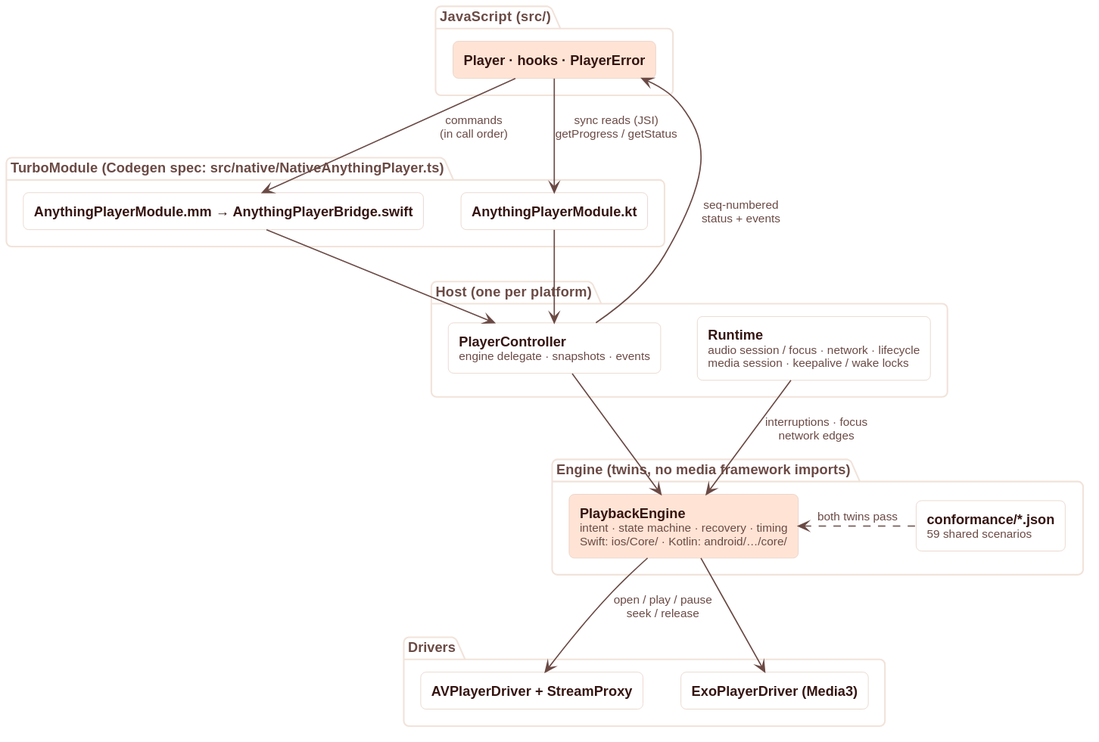
This is docs/assets/diagrams/architecture.svg from rmotafreitas/react-native-anything-player, a PlantUML export, as it was before one commit. Its source is kept beside it as docs/diagrams/architecture.puml.
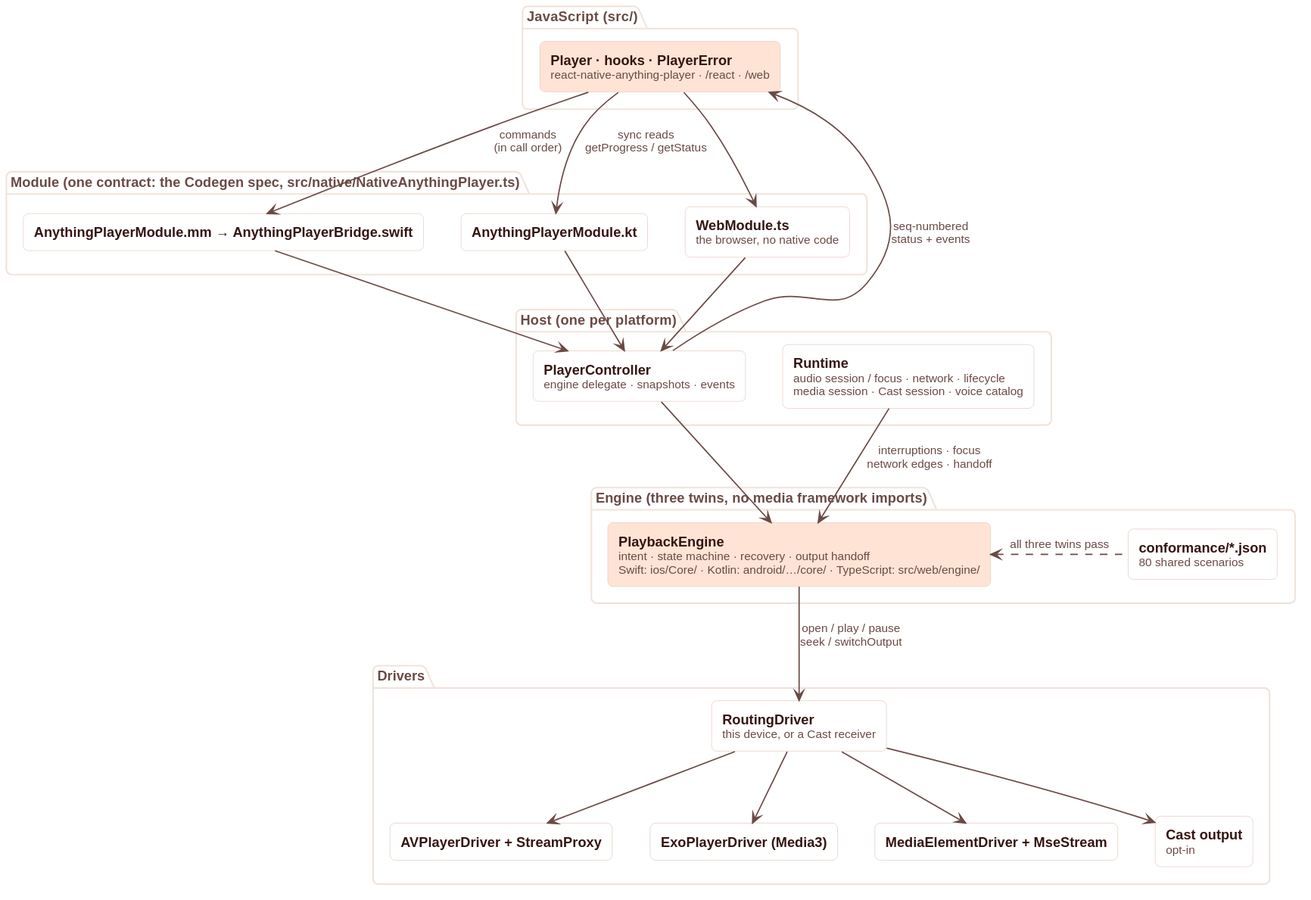
The same file after the commit.

Change to the diagram source:
```diff
@@ -3,37 +3,46 @@
 top to bottom direction
 
 package "JavaScript  (src/)" {
-  rectangle "<b>Player · hooks · PlayerError" as JS #FFE4D5
+  rectangle "<b>Player · hooks · PlayerError\n<size:11><color:#6B4A45>react-native-anything-player · /react · /web" as JS #FFE4D5
 }
 
-package "TurboModule  (Codegen spec: src/native/NativeAnythingPlayer.ts)" {
+package "Module  (one contract: the Codegen spec, src/native/NativeAnythingPlayer.ts)" {
   rectangle "<b>AnythingPlayerModule.mm → AnythingPlayerBridge.swift" as BridgeIOS
   rectangle "<b>AnythingPlayerModule.kt" as BridgeAndroid
+  rectangle "<b>WebModule.ts\n<size:11><color:#6B4A45>the browser, no native code" as BridgeWeb
 }
 
 package "Host  (one per platform)" {
   rectangle "<b>PlayerController\n<size:11><color:#6B4A45>engine delegate · snapshots · events" as Controller
-  rectangle "<b>Runtime\n<size:11><color:#6B4A45>audio session / focus · network · lifecycle\n<size:11><color:#6B4A45>media session · keepalive / wake locks" as Runtime
+  rectangle "<b>Runtime\n<size:11><color:#6B4A45>audio session / focus · network · lifecycle\n<size:11><color:#6B4A45>media session · Cast session · voice catalog" as Runtime
 }
 
-package "Engine  (twins, no media framework imports)" {
-  rectangle "<b>PlaybackEngine\n<size:11><color:#6B4A45>intent · state machine · recovery · timing\n<size:11><color:#6B4A45>Swift: ios/Core/ · Kotlin: android/…/core/" as Engine #FFE4D5
-  rectangle "<b>conformance/*.json\n<size:11><color:#6B4A45>59 shared scenarios" as Spec
+package "Engine  (three twins, no media framework imports)" {
+  rectangle "<b>PlaybackEngine\n<size:11><color:#6B4A45>intent · state machine · recovery · output handoff\n<size:11><color:#6B4A45>Swift: ios/Core/ · Kotlin: android/…/core/ · TypeScript: src/web/engine/" as Engine #FFE4D5
+  rectangle "<b>conformance/*.json\n<size:11><color:#6B4A45>80 shared scenarios" as Spec
 }
 
 package "Drivers" {
+  rectangle "<b>RoutingDriver\n<size:11><color:#6B4A45>this device, or a Cast receiver" as Routing
   rectangle "<b>AVPlayerDriver + StreamProxy" as AV
   rectangle "<b>ExoPlayerDriver (Media3)" as Exo
+  rectangle "<b>MediaElementDriver + MseStream" as Web
+  rectangle "<b>Cast output\n<size:11><color:#6B4A45>opt-in" as Cast
 }
 
 JS -down-> BridgeIOS : commands\n(in call order)
-JS -down-> BridgeAndroid : sync reads (JSI)\ngetProgress / getStatus
+JS -down-> BridgeAndroid : sync reads\ngetProgress / getStatus
+JS -down-> BridgeWeb
 BridgeIOS -down-> Controller
 BridgeAndroid -down-> Controller
+BridgeWeb -down-> Controller
 Controller -up-> JS : seq-numbered\nstatus + events
 Controller -down-> Engine
-Runtime -down-> Engine : interruptions · focus\nnetwork edges
-Engine -down-> AV : open / play / pause\nseek / release
-Engine -down-> Exo
-Spec .left.> Engine : both twins pass
+Runtime -down-> Engine : interruptions · focus\nnetwork edges · handoff
+Engine -down-> Routing : open / play / pause\nseek / switchOutput
+Routing -down-> AV
+Routing -down-> Exo
+Routing -down-> Web
+Routing -down-> Cast
+Spec .left.> Engine : all three twins pass
 @enduml
```
